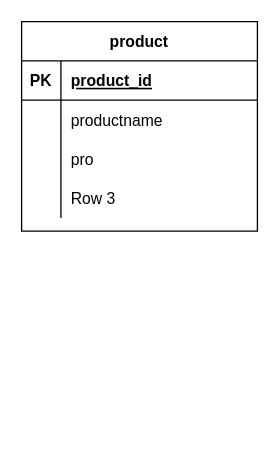
Above: page "product" (6 of 6) of Untitled Diagram.drawio in stamppls/crm-design (draw.io), before the change. Source tidied: cells renumbered, new cells numbered last; positions are measured from the earlier drawing's top-left corner, leaving out a move shared by most shapes. Both pictures are drawn from the tidied source at 131%, with x=0, y=0 at pixel (21, 21).
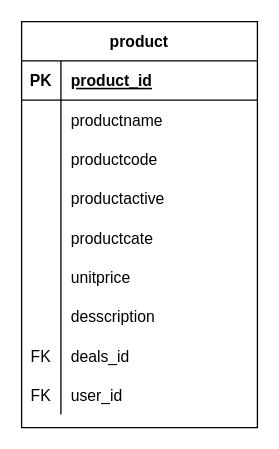
The same page after the edit.

Unchanged cells that the change refers to:
```xml
<mxCell id="6" style="shape=partialRectangle;fillColor=none;top=0;left=0;bottom=0;right=0;" parent="2" vertex="1">
  <mxGeometry y="60" width="180" height="30" as="geometry" />
</mxCell>
<mxCell id="9" style="shape=partialRectangle;fillColor=none;top=0;left=0;bottom=0;right=0;" parent="2" vertex="1">
  <mxGeometry y="90" width="180" height="30" as="geometry" />
</mxCell>
<mxCell id="12" style="shape=partialRectangle;fillColor=none;top=0;left=0;bottom=0;right=0;" parent="2" vertex="1">
  <mxGeometry y="120" width="180" height="30" as="geometry" />
</mxCell>
```

Change to the diagram source:
```diff
@@
-    <mxCell id="0" />
-    <mxCell id="1" parent="0" />
+    <mxCell id="15" />
+    <mxCell id="16" parent="15" />
-    <mxCell id="2" value="product" style="shape=table;startSize=30;childLayout=tableLayout;rowLines=0;fontStyle=1;align=center;" parent="1" vertex="1">
-      <mxGeometry width="180" height="160" as="geometry" />
+    <mxCell id="2" value="product" style="shape=table;startSize=30;childLayout=tableLayout;rowLines=0;fontStyle=1;align=center;" parent="16" vertex="1">
+      <mxGeometry width="180" height="310" as="geometry" />
     </mxCell>
@@
-    <mxCell id="7" style="shape=partialRectangle;fillColor=none;top=0;left=0;bottom=0;right=0;overflow=hidden;" parent="6" vertex="1">
-      <mxGeometry width="30" height="30" as="geometry" />
-    </mxCell>
+    <mxCell id="17" style="shape=partialRectangle;fillColor=none;top=0;left=0;bottom=0;right=0;overflow=hidden;" parent="6" vertex="1">
+      <mxGeometry width="30" height="30" as="geometry" />
+    </mxCell>
@@
-    <mxCell id="10" style="shape=partialRectangle;fillColor=none;top=0;left=0;bottom=0;right=0;overflow=hidden;" parent="9" vertex="1">
-      <mxGeometry width="30" height="30" as="geometry" />
-    </mxCell>
-    <mxCell id="11" value="pro" style="shape=partialRectangle;fillColor=none;top=0;left=0;bottom=0;right=0;align=left;spacingLeft=6;overflow=hidden;" parent="9" vertex="1">
-      <mxGeometry x="30" width="150" height="30" as="geometry" />
-    </mxCell>
+    <mxCell id="18" style="shape=partialRectangle;fillColor=none;top=0;left=0;bottom=0;right=0;overflow=hidden;" parent="9" vertex="1">
+      <mxGeometry width="30" height="30" as="geometry" />
+    </mxCell>
+    <mxCell id="19" value="productcode" style="shape=partialRectangle;fillColor=none;top=0;left=0;bottom=0;right=0;align=left;spacingLeft=6;overflow=hidden;" parent="9" vertex="1">
+      <mxGeometry x="30" width="150" height="30" as="geometry" />
+    </mxCell>
@@
-    <mxCell id="13" style="shape=partialRectangle;fillColor=none;top=0;left=0;bottom=0;right=0;overflow=hidden;" parent="12" vertex="1">
-      <mxGeometry width="30" height="30" as="geometry" />
-    </mxCell>
-    <mxCell id="14" value="Row 3" style="shape=partialRectangle;fillColor=none;top=0;left=0;bottom=0;right=0;align=left;spacingLeft=6;overflow=hidden;" parent="12" vertex="1">
-      <mxGeometry x="30" width="150" height="30" as="geometry" />
-    </mxCell>
+    <mxCell id="20" style="shape=partialRectangle;fillColor=none;top=0;left=0;bottom=0;right=0;overflow=hidden;" parent="12" vertex="1">
+      <mxGeometry width="30" height="30" as="geometry" />
+    </mxCell>
+    <mxCell id="21" value="productactive" style="shape=partialRectangle;fillColor=none;top=0;left=0;bottom=0;right=0;align=left;spacingLeft=6;overflow=hidden;" parent="12" vertex="1">
+      <mxGeometry x="30" width="150" height="30" as="geometry" />
+    </mxCell>
+    <mxCell id="22" style="shape=partialRectangle;fillColor=none;top=0;left=0;bottom=0;right=0;" parent="2" vertex="1">
+      <mxGeometry y="150" width="180" height="30" as="geometry" />
+    </mxCell>
+    <mxCell id="23" style="shape=partialRectangle;fillColor=none;top=0;left=0;bottom=0;right=0;overflow=hidden;" parent="22" vertex="1">
+      <mxGeometry width="30" height="30" as="geometry" />
+    </mxCell>
+    <mxCell id="24" value="productcate" style="shape=partialRectangle;fillColor=none;top=0;left=0;bottom=0;right=0;align=left;spacingLeft=6;overflow=hidden;" parent="22" vertex="1">
+      <mxGeometry x="30" width="150" height="30" as="geometry" />
+    </mxCell>
+    <mxCell id="25" style="shape=partialRectangle;fillColor=none;top=0;left=0;bottom=0;right=0;" parent="2" vertex="1">
+      <mxGeometry y="180" width="180" height="30" as="geometry" />
+    </mxCell>
+    <mxCell id="26" style="shape=partialRectangle;fillColor=none;top=0;left=0;bottom=0;right=0;overflow=hidden;" parent="25" vertex="1">
+      <mxGeometry width="30" height="30" as="geometry" />
+    </mxCell>
+    <mxCell id="27" value="unitprice" style="shape=partialRectangle;fillColor=none;top=0;left=0;bottom=0;right=0;align=left;spacingLeft=6;overflow=hidden;" parent="25" vertex="1">
+      <mxGeometry x="30" width="150" height="30" as="geometry" />
+    </mxCell>
+    <mxCell id="28" style="shape=partialRectangle;fillColor=none;top=0;left=0;bottom=0;right=0;" parent="2" vertex="1">
+      <mxGeometry y="210" width="180" height="30" as="geometry" />
+    </mxCell>
+    <mxCell id="29" style="shape=partialRectangle;fillColor=none;top=0;left=0;bottom=0;right=0;overflow=hidden;" parent="28" vertex="1">
+      <mxGeometry width="30" height="30" as="geometry" />
+    </mxCell>
+    <mxCell id="30" value="desscription" style="shape=partialRectangle;fillColor=none;top=0;left=0;bottom=0;right=0;align=left;spacingLeft=6;overflow=hidden;" parent="28" vertex="1">
+      <mxGeometry x="30" width="150" height="30" as="geometry" />
+    </mxCell>
+    <mxCell id="31" style="shape=partialRectangle;fillColor=none;top=0;left=0;bottom=0;right=0;" parent="2" vertex="1">
+      <mxGeometry y="240" width="180" height="30" as="geometry" />
+    </mxCell>
+    <mxCell id="32" value="FK" style="shape=partialRectangle;fillColor=none;top=0;left=0;bottom=0;right=0;fontStyle=0;overflow=hidden;" parent="31" vertex="1">
+      <mxGeometry width="30" height="30" as="geometry" />
+    </mxCell>
+    <mxCell id="33" value="deals_id" style="shape=partialRectangle;fillColor=none;top=0;left=0;bottom=0;right=0;align=left;spacingLeft=6;fontStyle=0;overflow=hidden;" parent="31" vertex="1">
+      <mxGeometry x="30" width="150" height="30" as="geometry" />
+    </mxCell>
+    <mxCell id="34" style="shape=partialRectangle;fillColor=none;top=0;left=0;bottom=0;right=0;" parent="2" vertex="1">
+      <mxGeometry y="270" width="180" height="30" as="geometry" />
+    </mxCell>
+    <mxCell id="35" value="FK" style="shape=partialRectangle;fillColor=none;top=0;left=0;bottom=0;right=0;fontStyle=0;overflow=hidden;" parent="34" vertex="1">
+      <mxGeometry width="30" height="30" as="geometry" />
+    </mxCell>
+    <mxCell id="36" value="user_id" style="shape=partialRectangle;fillColor=none;top=0;left=0;bottom=0;right=0;align=left;spacingLeft=6;fontStyle=0;overflow=hidden;" parent="34" vertex="1">
+      <mxGeometry x="30" width="150" height="30" as="geometry" />
+    </mxCell>
```
